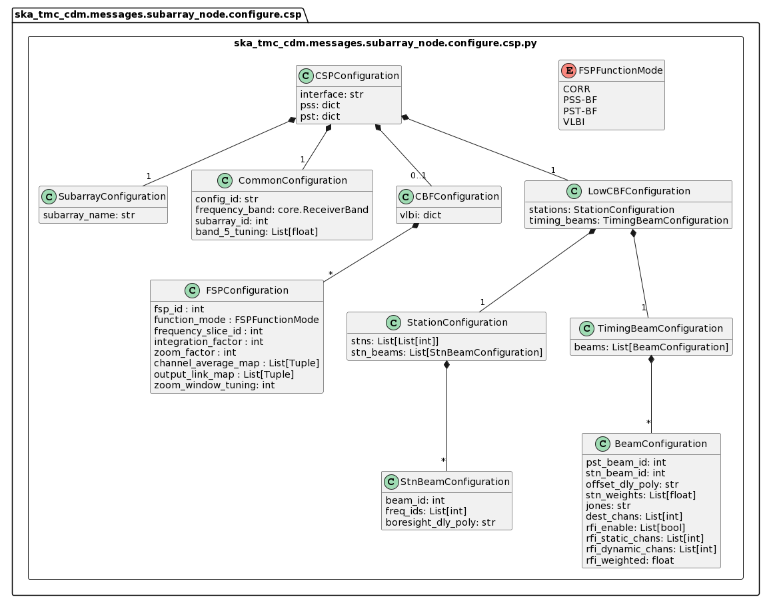
The PlantUML diagram docs/src/developer/subarraynode/csp.png in ska-telescope/cdm-shared-library, before a commit. Its source is kept beside it as docs/src/developer/subarraynode/csp.puml.
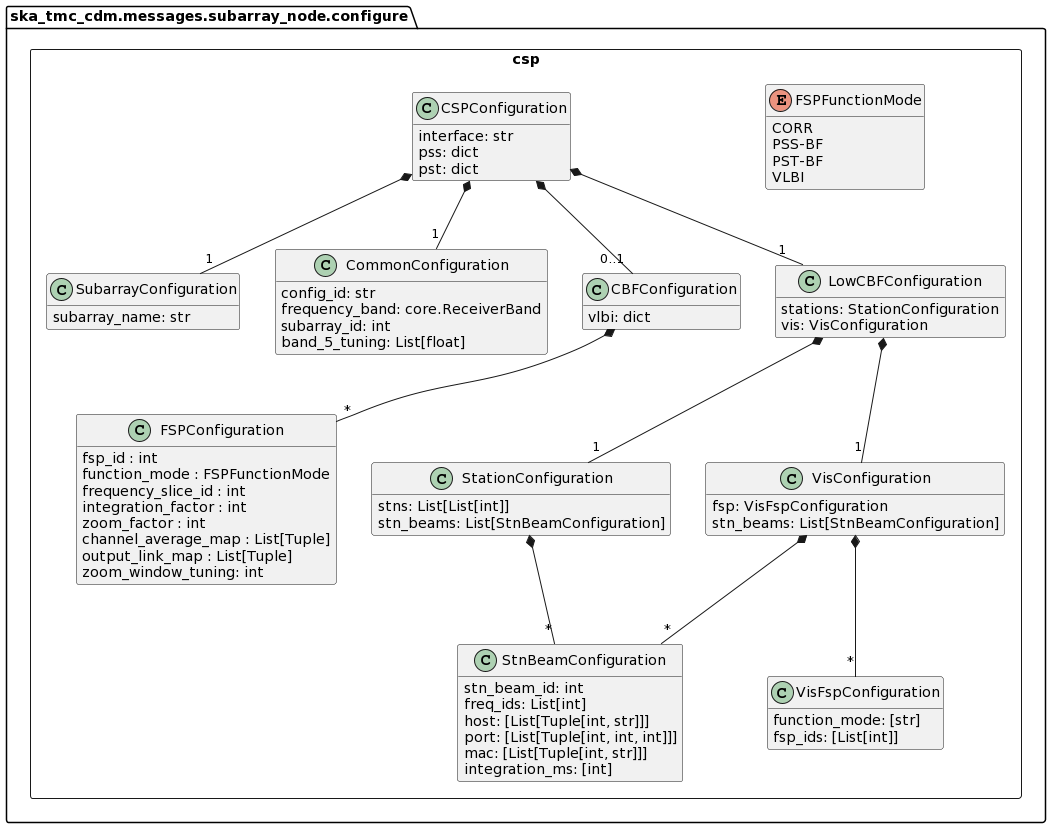
The same file after the commit.

Commit message:
NAK-657 Updated document as per latest schema

The edit, as a diff of the source:
```diff
@@ -5,9 +5,9 @@
 remove PSTConfiguration
 remove PSSConfiguration
 
+set separator none
 package ska_tmc_cdm.messages.subarray_node.configure {
-	package csp.py <<Rectangle>> {
-
+	package csp <<Rectangle>> {
 	    class SubarrayConfiguration {
 	        subarray_name: str
 	    }
@@ -22,18 +22,6 @@
 	    class CBFConfiguration {
             vlbi: dict
 	    }
-
-	    class PSTConfiguration {
-
-	    }
-
-        class PSSConfiguration {
-
-        }
-
-        class VLBIConfiguration {
-
-        }
 
 		enum FSPFunctionMode {
 			CORR
@@ -62,7 +50,7 @@
 
 		class LowCBFConfiguration {
 			stations: StationConfiguration
-			timing_beams: TimingBeamConfiguration
+			vis: VisConfiguration
 		}
 
 		class StationConfiguration {
@@ -70,40 +58,34 @@
         	stn_beams: List[StnBeamConfiguration]
 		}
 
-		class TimingBeamConfiguration {
-			beams: List[BeamConfiguration]
+		class StnBeamConfiguration {
+			stn_beam_id: int
+			freq_ids: List[int]
+			host: [List[Tuple[int, str]]]
+			port: [List[Tuple[int, int, int]]]
+			mac: [List[Tuple[int, str]]]
+			integration_ms: [int]
 		}
 
-		class BeamConfiguration {
-			pst_beam_id: int
-			stn_beam_id: int
-			offset_dly_poly: str
-			stn_weights: List[float]
-			jones: str
-			dest_chans: List[int]
-			rfi_enable: List[bool]
-			rfi_static_chans: List[int]
-			rfi_dynamic_chans: List[int]
-			rfi_weighted: float
+		class VisConfiguration {
+			fsp: VisFspConfiguration
+			stn_beams: List[StnBeamConfiguration]
 		}
 
-		class StnBeamConfiguration {
-			beam_id: int
-			freq_ids: List[int]
-			boresight_dly_poly: str
+		class VisFspConfiguration {
+			function_mode: [str]
+			fsp_ids: [List[int]]
 		}
 
 		CBFConfiguration *-- "*" FSPConfiguration
-		CBFConfiguration *-- "1" VLBIConfiguration
 		CSPConfiguration *-- "1" CommonConfiguration
 		CSPConfiguration *-- "1" SubarrayConfiguration
 		CSPConfiguration *-- "0..1" CBFConfiguration
-		CSPConfiguration *-- "1" PSTConfiguration
-		CSPConfiguration *-- "1" PSSConfiguration
 		CSPConfiguration *-- "1" LowCBFConfiguration
 		LowCBFConfiguration *-- "1" StationConfiguration
-		LowCBFConfiguration *-- "1" TimingBeamConfiguration
-		TimingBeamConfiguration *-- "*" BeamConfiguration
+		LowCBFConfiguration *-- "1" VisConfiguration
+		VisConfiguration *-- "*" VisFspConfiguration
+		VisConfiguration *-- "*" StnBeamConfiguration
 		StationConfiguration *-- "*" StnBeamConfiguration
 	}
 }
```
